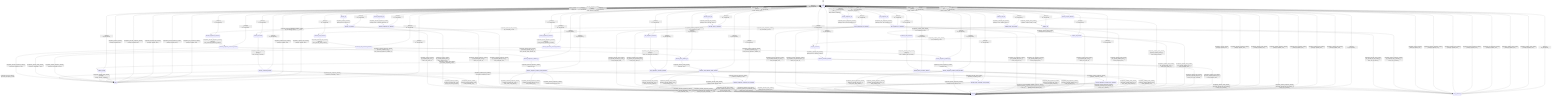
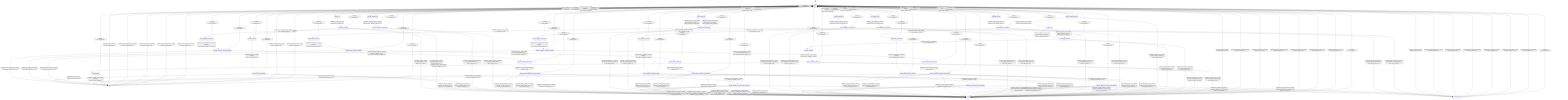
stateDiagram-v2
  direction TB
  [*] --> ready
  ready --> reserve_kv : reserve_runtime [always] / begin_reserve_
  reserve_kv --> reserve_kv_decision : completion_reserve_runtime_ [always] / exec_reserve_kv_
  reserve_kv_decision --> reserve_recurrent : completion_reserve_runtime_ [kv_accepted_] / none
  reserve_kv_decision --> errored : completion_reserve_runtime_ [kv_rejected_with_error_] / mark_error_from_kv_
  reserve_kv_decision --> errored : completion_reserve_runtime_ [kv_rejected_without_error_] / mark_backend_error_
  reserve_recurrent --> reserve_recurrent_decision : completion_reserve_runtime_ [always] / exec_reserve_recurrent_
  reserve_recurrent_decision --> done : completion_reserve_runtime_ [recurrent_accepted_] / none
  reserve_recurrent_decision --> errored : completion_reserve_runtime_ [recurrent_rejected_with_error_] / mark_error_from_recurrent_
  reserve_recurrent_decision --> errored : completion_reserve_runtime_ [recurrent_rejected_without_error_] / mark_backend_error_
  ready --> allocate_sequence_kv : allocate_sequence_runtime [always] / begin_allocate_sequence_
  allocate_sequence_kv --> allocate_sequence_kv_decision : completion_allocate_sequence_runtime_ [always] / exec_allocate_sequence_kv_
  allocate_sequence_kv_decision --> allocate_sequence_recurrent : completion_allocate_sequence_runtime_ [kv_accepted_] / none
  allocate_sequence_kv_decision --> errored : completion_allocate_sequence_runtime_ [kv_rejected_with_error_] / mark_error_from_kv_
  allocate_sequence_kv_decision --> errored : completion_allocate_sequence_runtime_ [kv_rejected_without_error_] / mark_backend_error_
  allocate_sequence_recurrent --> allocate_sequence_recurrent_decision : completion_allocate_sequence_runtime_ [always] / exec_allocate_sequence_recurrent_
  allocate_sequence_recurrent_decision --> done : completion_allocate_sequence_runtime_ [recurrent_accepted_] / none
  allocate_sequence_recurrent_decision --> allocate_sequence_rollback_kv : completion_allocate_sequence_runtime_ [recurrent_rejected_any_] / exec_allocate_sequence_rollback_kv_
  allocate_sequence_rollback_kv --> allocate_sequence_rollback_result_decision : completion_allocate_sequence_runtime_ [always] / none
  allocate_sequence_rollback_result_decision --> allocate_sequence_recurrent_error_decision : completion_allocate_sequence_runtime_ [rollback_accepted_] / none
  allocate_sequence_rollback_result_decision --> errored : completion_allocate_sequence_runtime_ [rollback_rejected_with_error_] / mark_error_from_rollback_
  allocate_sequence_rollback_result_decision --> errored : completion_allocate_sequence_runtime_ [rollback_rejected_without_error_] / mark_internal_error_
  allocate_sequence_rollback_result_decision --> errored : completion_allocate_sequence_runtime_ [always] / mark_internal_error_
  allocate_sequence_recurrent_error_decision --> out_of_memory : completion_allocate_sequence_runtime_ [recurrent_rejected_out_of_memory_] / mark_out_of_memory_
  allocate_sequence_recurrent_error_decision --> errored : completion_allocate_sequence_runtime_ [recurrent_rejected_backend_or_none_] / mark_backend_error_
  allocate_sequence_recurrent_error_decision --> errored : completion_allocate_sequence_runtime_ [recurrent_rejected_non_backend_error_] / mark_error_from_recurrent_
  allocate_sequence_recurrent_error_decision --> errored : completion_allocate_sequence_runtime_ [always] / mark_internal_error_
  ready --> allocate_slots_kv : allocate_slots_runtime [always] / begin_allocate_slots_
-   allocate_slots_kv --> allocate_slots_kv_decision : completion_allocate_slots_runtime_ [always] / exec_allocate_slots_kv_
+   allocate_slots_kv --> allocate_slots_kv_decision : completion_allocate_slots_runtime_ [guard_owned_kv_cache_] / effect_allocate_slots_owned_kv_
+   allocate_slots_kv --> allocate_slots_kv_decision : completion_allocate_slots_runtime_ [guard_bound_kv_cache_] / effect_allocate_slots_bound_kv_
  allocate_slots_kv_decision --> allocate_slots_recurrent : completion_allocate_slots_runtime_ [kv_accepted_] / none
  allocate_slots_kv_decision --> out_of_memory : completion_allocate_slots_runtime_ [kv_rejected_out_of_memory_] / mark_out_of_memory_
  allocate_slots_kv_decision --> errored : completion_allocate_slots_runtime_ [kv_rejected_backend_or_none_] / mark_backend_error_
  allocate_slots_kv_decision --> errored : completion_allocate_slots_runtime_ [kv_rejected_non_backend_error_] / mark_error_from_kv_
  allocate_slots_recurrent --> allocate_slots_recurrent_decision : completion_allocate_slots_runtime_ [always] / exec_allocate_slots_recurrent_
  allocate_slots_recurrent_decision --> done : completion_allocate_slots_runtime_ [recurrent_accepted_] / none
  allocate_slots_recurrent_decision --> allocate_slots_rollback_kv : completion_allocate_slots_runtime_ [recurrent_rejected_any_] / exec_allocate_slots_rollback_kv_
  allocate_slots_rollback_kv --> allocate_slots_rollback_result_decision : completion_allocate_slots_runtime_ [always] / none
  allocate_slots_rollback_result_decision --> allocate_slots_recurrent_error_decision : completion_allocate_slots_runtime_ [rollback_accepted_] / none
  allocate_slots_rollback_result_decision --> errored : completion_allocate_slots_runtime_ [rollback_rejected_with_error_] / mark_error_from_rollback_
  allocate_slots_rollback_result_decision --> errored : completion_allocate_slots_runtime_ [rollback_rejected_without_error_] / mark_internal_error_
  allocate_slots_rollback_result_decision --> errored : completion_allocate_slots_runtime_ [always] / mark_internal_error_
  allocate_slots_recurrent_error_decision --> out_of_memory : completion_allocate_slots_runtime_ [recurrent_rejected_out_of_memory_] / mark_out_of_memory_
  allocate_slots_recurrent_error_decision --> errored : completion_allocate_slots_runtime_ [recurrent_rejected_backend_or_none_] / mark_backend_error_
  allocate_slots_recurrent_error_decision --> errored : completion_allocate_slots_runtime_ [recurrent_rejected_non_backend_error_] / mark_error_from_recurrent_
  allocate_slots_recurrent_error_decision --> errored : completion_allocate_slots_runtime_ [always] / mark_internal_error_
  ready --> branch_sequence_kv : branch_sequence_runtime [always] / begin_branch_sequence_
  branch_sequence_kv --> branch_sequence_kv_decision : completion_branch_sequence_runtime_ [always] / exec_branch_sequence_kv_
  branch_sequence_kv_decision --> branch_sequence_recurrent : completion_branch_sequence_runtime_ [kv_accepted_] / none
  branch_sequence_kv_decision --> out_of_memory : completion_branch_sequence_runtime_ [kv_rejected_out_of_memory_] / mark_out_of_memory_
  branch_sequence_kv_decision --> errored : completion_branch_sequence_runtime_ [kv_rejected_backend_or_none_] / mark_backend_error_
  branch_sequence_kv_decision --> errored : completion_branch_sequence_runtime_ [kv_rejected_non_backend_error_] / mark_error_from_kv_
  branch_sequence_recurrent --> branch_sequence_recurrent_decision : completion_branch_sequence_runtime_ [always] / exec_branch_sequence_recurrent_
  branch_sequence_recurrent_decision --> done : completion_branch_sequence_runtime_ [recurrent_accepted_] / none
  branch_sequence_recurrent_decision --> branch_sequence_rollback_kv : completion_branch_sequence_runtime_ [recurrent_rejected_any_] / exec_branch_sequence_rollback_kv_
  branch_sequence_rollback_kv --> branch_sequence_rollback_result_decision : completion_branch_sequence_runtime_ [always] / none
  branch_sequence_rollback_result_decision --> branch_sequence_recurrent_error_decision : completion_branch_sequence_runtime_ [rollback_accepted_] / none
  branch_sequence_rollback_result_decision --> errored : completion_branch_sequence_runtime_ [rollback_rejected_with_error_] / mark_error_from_rollback_
  branch_sequence_rollback_result_decision --> errored : completion_branch_sequence_runtime_ [rollback_rejected_without_error_] / mark_internal_error_
  branch_sequence_rollback_result_decision --> errored : completion_branch_sequence_runtime_ [always] / mark_internal_error_
  branch_sequence_recurrent_error_decision --> out_of_memory : completion_branch_sequence_runtime_ [recurrent_rejected_out_of_memory_] / mark_out_of_memory_
  branch_sequence_recurrent_error_decision --> errored : completion_branch_sequence_runtime_ [recurrent_rejected_backend_or_none_] / mark_backend_error_
  branch_sequence_recurrent_error_decision --> errored : completion_branch_sequence_runtime_ [recurrent_rejected_non_backend_error_] / mark_error_from_recurrent_
  branch_sequence_recurrent_error_decision --> errored : completion_branch_sequence_runtime_ [always] / mark_internal_error_
  ready --> free_sequence_kv : free_sequence_runtime [always] / begin_free_sequence_
  free_sequence_kv --> free_sequence_kv_decision : completion_free_sequence_runtime_ [always] / exec_free_sequence_kv_
  free_sequence_kv_decision --> free_sequence_recurrent : completion_free_sequence_runtime_ [kv_accepted_] / none
  free_sequence_kv_decision --> errored : completion_free_sequence_runtime_ [kv_rejected_with_error_] / mark_error_from_kv_
  free_sequence_kv_decision --> errored : completion_free_sequence_runtime_ [kv_rejected_without_error_] / mark_backend_error_
  free_sequence_recurrent --> free_sequence_recurrent_decision : completion_free_sequence_runtime_ [always] / exec_free_sequence_recurrent_
  free_sequence_recurrent_decision --> done : completion_free_sequence_runtime_ [recurrent_accepted_] / none
  free_sequence_recurrent_decision --> errored : completion_free_sequence_runtime_ [recurrent_rejected_with_error_] / mark_error_from_recurrent_
  free_sequence_recurrent_decision --> errored : completion_free_sequence_runtime_ [recurrent_rejected_without_error_] / mark_backend_error_
  ready --> rollback_slots_kv : rollback_slots_runtime [always] / begin_rollback_slots_
  rollback_slots_kv --> rollback_slots_kv_decision : completion_rollback_slots_runtime_ [always] / exec_rollback_slots_kv_
  rollback_slots_kv_decision --> rollback_slots_recurrent : completion_rollback_slots_runtime_ [kv_accepted_] / none
  rollback_slots_kv_decision --> errored : completion_rollback_slots_runtime_ [kv_rejected_with_error_] / mark_error_from_kv_
  rollback_slots_kv_decision --> errored : completion_rollback_slots_runtime_ [kv_rejected_without_error_] / mark_backend_error_
  rollback_slots_recurrent --> rollback_slots_recurrent_decision : completion_rollback_slots_runtime_ [always] / exec_rollback_slots_recurrent_
  rollback_slots_recurrent_decision --> done : completion_rollback_slots_runtime_ [recurrent_accepted_] / none
  rollback_slots_recurrent_decision --> errored : completion_rollback_slots_runtime_ [recurrent_rejected_with_error_] / mark_error_from_recurrent_
  rollback_slots_recurrent_decision --> errored : completion_rollback_slots_runtime_ [recurrent_rejected_without_error_] / mark_backend_error_
  ready --> capture_request_decision : capture_view_runtime [always] / begin_capture_view_
  capture_request_decision --> capture_kv : completion_capture_view_runtime_ [capture_request_valid_] / none
  capture_request_decision --> errored : completion_capture_view_runtime_ [capture_request_invalid_] / mark_invalid_request_
-   capture_kv --> capture_kv_decision : completion_capture_view_runtime_ [always] / exec_capture_kv_
+   capture_kv --> capture_kv_decision : completion_capture_view_runtime_ [guard_owned_kv_cache_] / effect_capture_owned_kv_
+   capture_kv --> capture_kv_decision : completion_capture_view_runtime_ [guard_bound_kv_cache_] / effect_capture_bound_kv_
  capture_kv_decision --> capture_recurrent : completion_capture_view_runtime_ [kv_accepted_] / none
  capture_kv_decision --> errored : completion_capture_view_runtime_ [kv_rejected_with_error_] / mark_error_from_kv_
  capture_kv_decision --> errored : completion_capture_view_runtime_ [kv_rejected_without_error_] / mark_backend_error_
  capture_recurrent --> capture_recurrent_decision : completion_capture_view_runtime_ [always] / exec_capture_recurrent_
  capture_recurrent_decision --> capture_merge : completion_capture_view_runtime_ [recurrent_accepted_] / none
  capture_recurrent_decision --> errored : completion_capture_view_runtime_ [recurrent_rejected_with_error_] / mark_error_from_recurrent_
  capture_recurrent_decision --> errored : completion_capture_view_runtime_ [recurrent_rejected_without_error_] / mark_backend_error_
  capture_merge --> done : completion_capture_view_runtime_ [always] / merge_capture_snapshots_
  done --> ready : completion_reserve_runtime_ [always] / publish_done_
  out_of_memory --> ready : completion_reserve_runtime_ [always] / publish_error_
  errored --> ready : completion_reserve_runtime_ [always] / publish_error_
  done --> ready : completion_allocate_sequence_runtime_ [always] / publish_done_
  out_of_memory --> ready : completion_allocate_sequence_runtime_ [always] / publish_error_
  errored --> ready : completion_allocate_sequence_runtime_ [always] / publish_error_
  done --> ready : completion_allocate_slots_runtime_ [always] / publish_done_
  out_of_memory --> ready : completion_allocate_slots_runtime_ [always] / publish_error_
  errored --> ready : completion_allocate_slots_runtime_ [always] / publish_error_
  done --> ready : completion_branch_sequence_runtime_ [always] / publish_done_
  out_of_memory --> ready : completion_branch_sequence_runtime_ [always] / publish_error_
  errored --> ready : completion_branch_sequence_runtime_ [always] / publish_error_
  done --> ready : completion_free_sequence_runtime_ [always] / publish_done_
  out_of_memory --> ready : completion_free_sequence_runtime_ [always] / publish_error_
  errored --> ready : completion_free_sequence_runtime_ [always] / publish_error_
  done --> ready : completion_rollback_slots_runtime_ [always] / publish_done_
  out_of_memory --> ready : completion_rollback_slots_runtime_ [always] / publish_error_
  errored --> ready : completion_rollback_slots_runtime_ [always] / publish_error_
  done --> ready : completion_capture_view_runtime_ [always] / publish_done_
  out_of_memory --> ready : completion_capture_view_runtime_ [always] / publish_error_
  errored --> ready : completion_capture_view_runtime_ [always] / publish_error_
  ready --> ready : _ [always] / on_unexpected_
  reserve_kv --> ready : _ [always] / on_unexpected_
  reserve_kv_decision --> ready : _ [always] / on_unexpected_
  reserve_recurrent --> ready : _ [always] / on_unexpected_
  reserve_recurrent_decision --> ready : _ [always] / on_unexpected_
  allocate_sequence_kv --> ready : _ [always] / on_unexpected_
  allocate_sequence_kv_decision --> ready : _ [always] / on_unexpected_
  allocate_sequence_recurrent --> ready : _ [always] / on_unexpected_
  allocate_sequence_recurrent_decision --> ready : _ [always] / on_unexpected_
  allocate_sequence_rollback_kv --> ready : _ [always] / on_unexpected_
  allocate_sequence_rollback_result_decision --> ready : _ [always] / on_unexpected_
  allocate_sequence_recurrent_error_decision --> ready : _ [always] / on_unexpected_
  allocate_slots_kv --> ready : _ [always] / on_unexpected_
  allocate_slots_kv_decision --> ready : _ [always] / on_unexpected_
  allocate_slots_recurrent --> ready : _ [always] / on_unexpected_
  allocate_slots_recurrent_decision --> ready : _ [always] / on_unexpected_
  allocate_slots_rollback_kv --> ready : _ [always] / on_unexpected_
  allocate_slots_rollback_result_decision --> ready : _ [always] / on_unexpected_
  allocate_slots_recurrent_error_decision --> ready : _ [always] / on_unexpected_
  branch_sequence_kv --> ready : _ [always] / on_unexpected_
  branch_sequence_kv_decision --> ready : _ [always] / on_unexpected_
  branch_sequence_recurrent --> ready : _ [always] / on_unexpected_
  branch_sequence_recurrent_decision --> ready : _ [always] / on_unexpected_
  branch_sequence_rollback_kv --> ready : _ [always] / on_unexpected_
  branch_sequence_rollback_result_decision --> ready : _ [always] / on_unexpected_
  branch_sequence_recurrent_error_decision --> ready : _ [always] / on_unexpected_
  free_sequence_kv --> ready : _ [always] / on_unexpected_
  free_sequence_kv_decision --> ready : _ [always] / on_unexpected_
  free_sequence_recurrent --> ready : _ [always] / on_unexpected_
  free_sequence_recurrent_decision --> ready : _ [always] / on_unexpected_
  rollback_slots_kv --> ready : _ [always] / on_unexpected_
  rollback_slots_kv_decision --> ready : _ [always] / on_unexpected_
  rollback_slots_recurrent --> ready : _ [always] / on_unexpected_
  rollback_slots_recurrent_decision --> ready : _ [always] / on_unexpected_
  capture_request_decision --> ready : _ [always] / on_unexpected_
  capture_kv --> ready : _ [always] / on_unexpected_
  capture_kv_decision --> ready : _ [always] / on_unexpected_
  capture_recurrent --> ready : _ [always] / on_unexpected_
  capture_recurrent_decision --> ready : _ [always] / on_unexpected_
  capture_merge --> ready : _ [always] / on_unexpected_
  done --> ready : _ [always] / on_unexpected_
  out_of_memory --> ready : _ [always] / on_unexpected_
  errored --> ready : _ [always] / on_unexpected_
